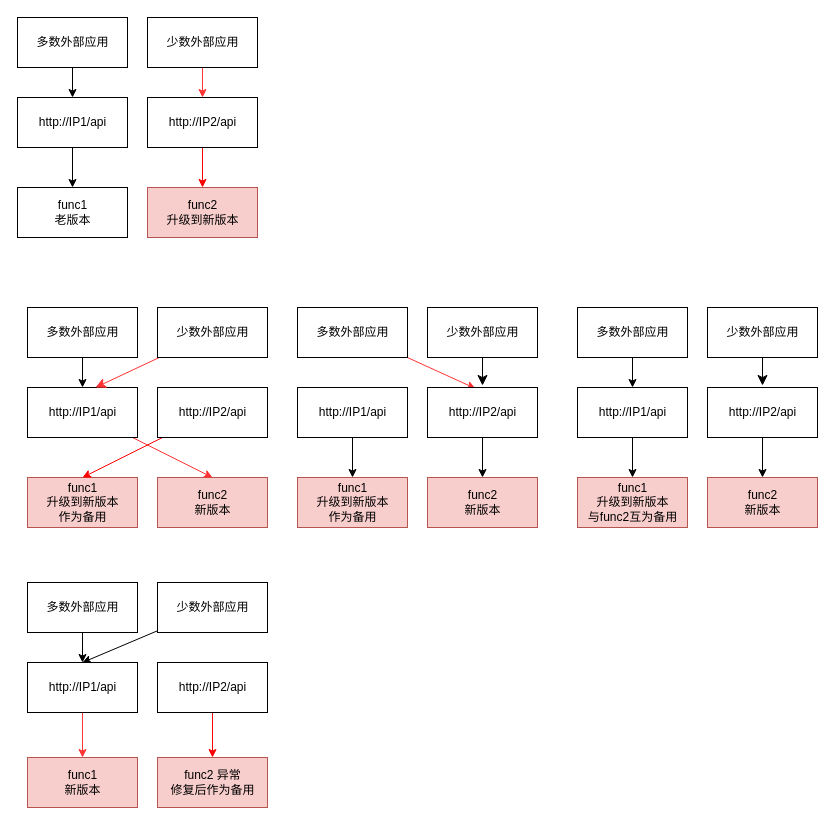
This is page "升级实施方案" (6 of 6) of devops.drawio from mashifei/uml, a draw.io file, before an edit. Source tidied: cells renumbered, new cells numbered last; positions are measured from the earlier drawing's top-left corner, leaving out a move shared by most shapes. Both pictures are drawn from the tidied source at 100%, with x=0, y=0 at pixel (17, 17).
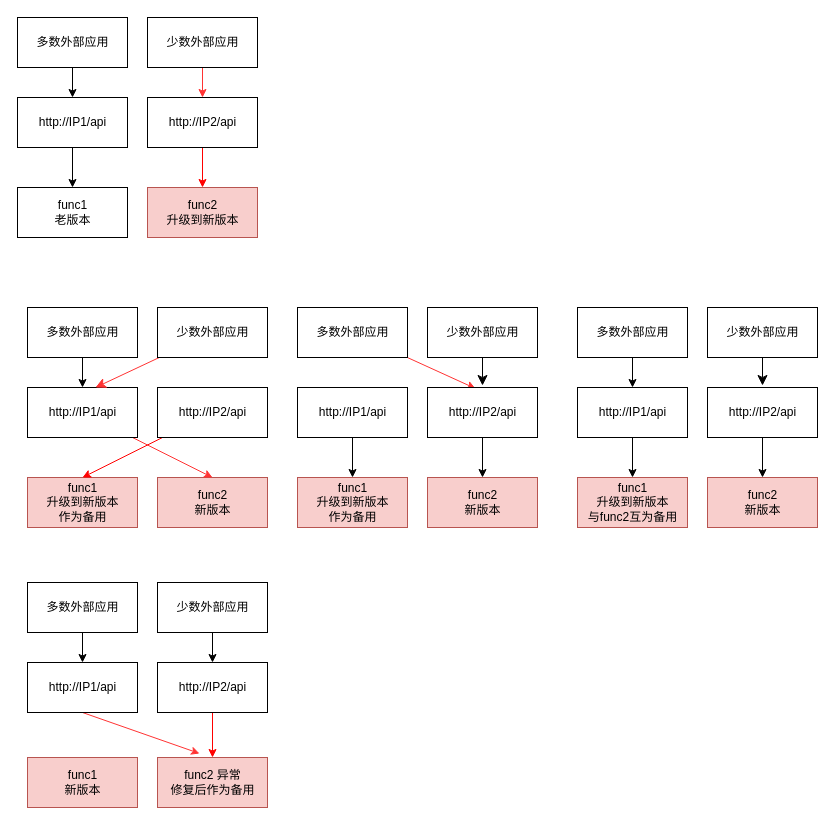
The same page after the edit.

The change refers to these unchanged cells:
```xml
<mxCell id="22" value="func1&lt;br&gt;新版本" style="html=1;rounded=0;strokeColor=#b85450;fillColor=#f8cecc;" parent="1" vertex="1">
  <mxGeometry x="10" y="740" width="110" height="50" as="geometry" />
</mxCell>
<mxCell id="23" value="func2 异常&lt;br&gt;修复后作为备用" style="html=1;rounded=0;strokeColor=#b85450;fillColor=#f8cecc;" parent="1" vertex="1">
  <mxGeometry x="140" y="740" width="110" height="50" as="geometry" />
</mxCell>
<mxCell id="25" value="http://IP1/api" style="html=1;rounded=0;strokeColor=#000000;" parent="1" vertex="1">
  <mxGeometry x="10" y="645" width="110" height="50" as="geometry" />
</mxCell>
<mxCell id="29" value="http://IP2/api" style="html=1;rounded=0;strokeColor=#000000;" parent="1" vertex="1">
  <mxGeometry x="140" y="645" width="110" height="50" as="geometry" />
</mxCell>
<mxCell id="31" value="少数外部应用" style="html=1;rounded=0;strokeColor=#000000;" parent="1" vertex="1">
  <mxGeometry x="140" y="565" width="110" height="50" as="geometry" />
</mxCell>
```

Change to the diagram source:
```diff
@@
-    <mxCell id="24" style="edgeStyle=none;rounded=0;jettySize=auto;html=1;entryX=0.5;entryY=0;entryDx=0;entryDy=0;exitX=0.5;exitY=1;exitDx=0;exitDy=0;strokeColor=#FF3333;" parent="1" edge="1" source="25" target="22">
+    <mxCell id="24" style="edgeStyle=none;rounded=0;jettySize=auto;html=1;entryX=0.382;entryY=-0.08;entryDx=0;entryDy=0;exitX=0.5;exitY=1;exitDx=0;exitDy=0;strokeColor=#FF3333;entryPerimeter=0;" parent="1" edge="1" source="25" target="23">
       <mxGeometry relative="1" as="geometry" />
     </mxCell>
@@
-    <mxCell id="30" style="edgeStyle=none;rounded=0;jettySize=auto;html=1;entryX=0.5;entryY=0;entryDx=0;entryDy=0;" parent="1" edge="1" source="31" target="25">
+    <mxCell id="30" style="edgeStyle=none;rounded=0;jettySize=auto;html=1;entryX=0.5;entryY=0;entryDx=0;entryDy=0;" parent="1" edge="1" source="31" target="29">
       <mxGeometry relative="1" as="geometry" />
     </mxCell>
```
